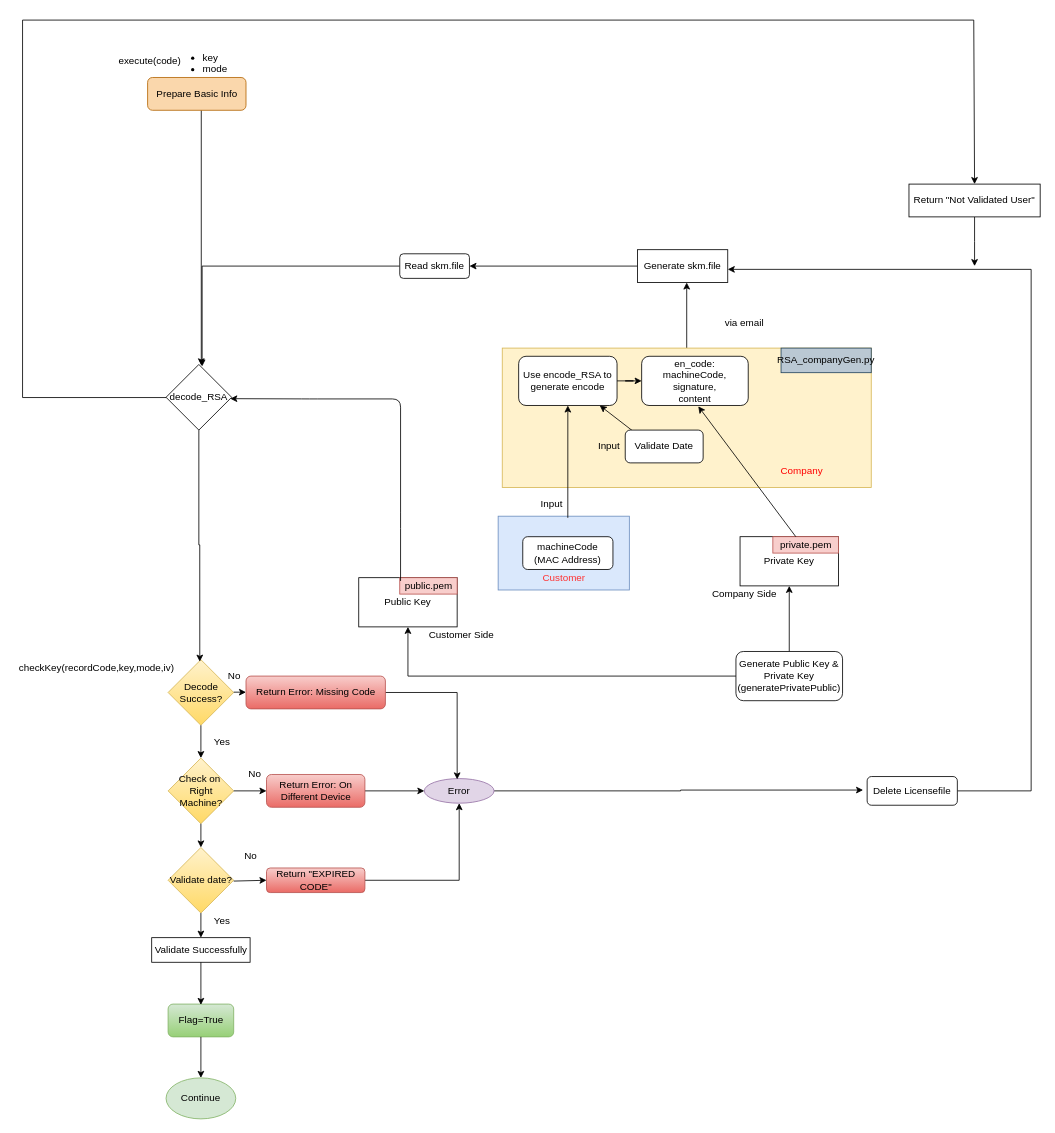
The draw.io diagram Untitled Diagram.drawio in xuunnis123/RegisterCode, before the edit. Source tidied: cells renumbered, new cells numbered last; positions are measured from the earlier drawing's top-left corner, leaving out a move shared by most shapes. Both pictures are drawn from the tidied source at 82%, with x=0, y=0 at pixel (14, 20).
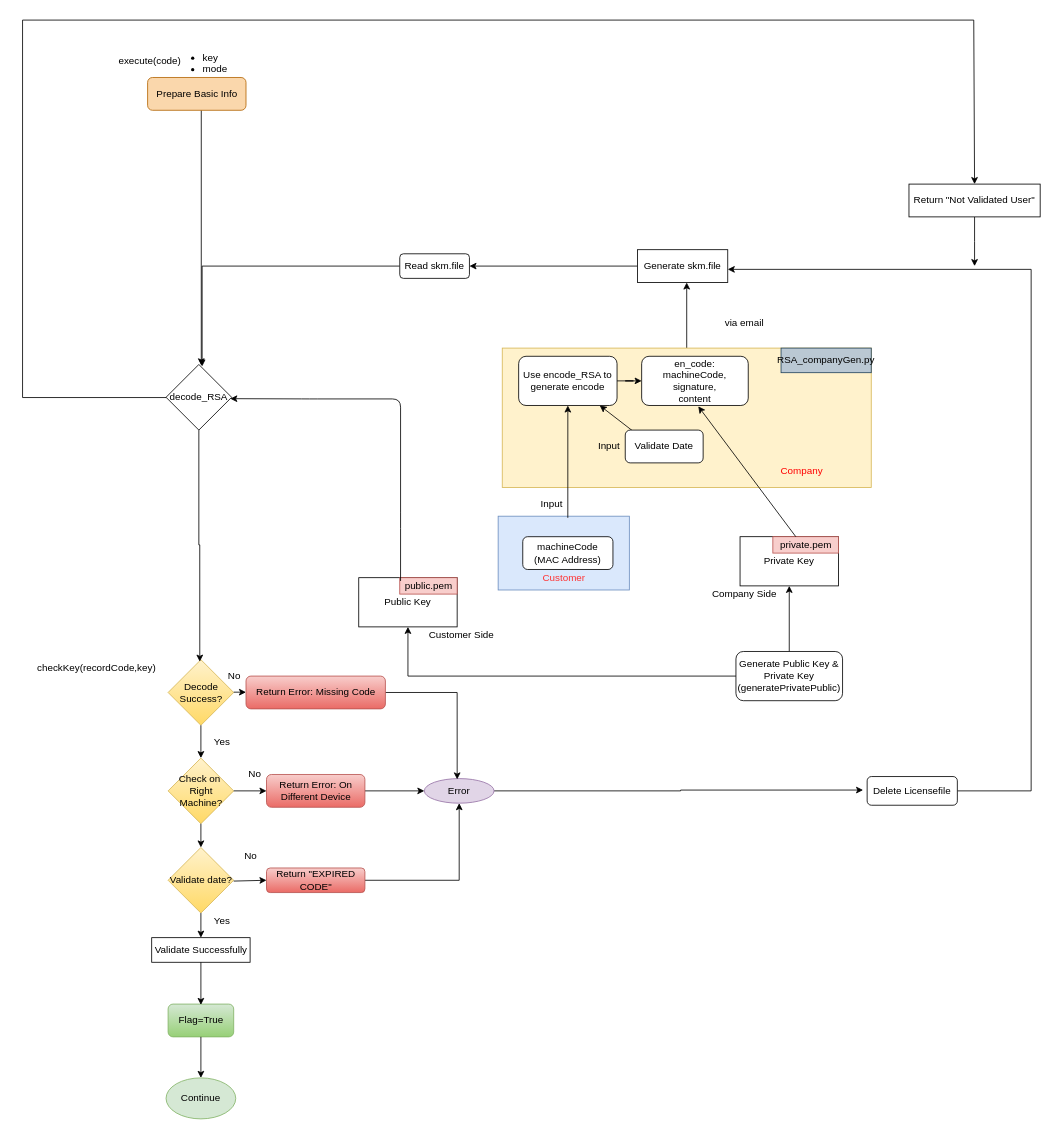
The same diagram, later.

Change to the diagram source:
```diff
@@
-    <mxCell id="19" value="checkKey(recordCode,key,mode,iv)" style="text;html=1;align=center;verticalAlign=middle;" parent="1" vertex="1">
-      <mxGeometry y="780" width="200" height="20" as="geometry" />
+    <mxCell id="19" value="checkKey(recordCode,key)" style="text;html=1;align=center;verticalAlign=middle;" parent="1" vertex="1">
+      <mxGeometry x="20" y="780" width="160" height="20" as="geometry" />
     </mxCell>
```
